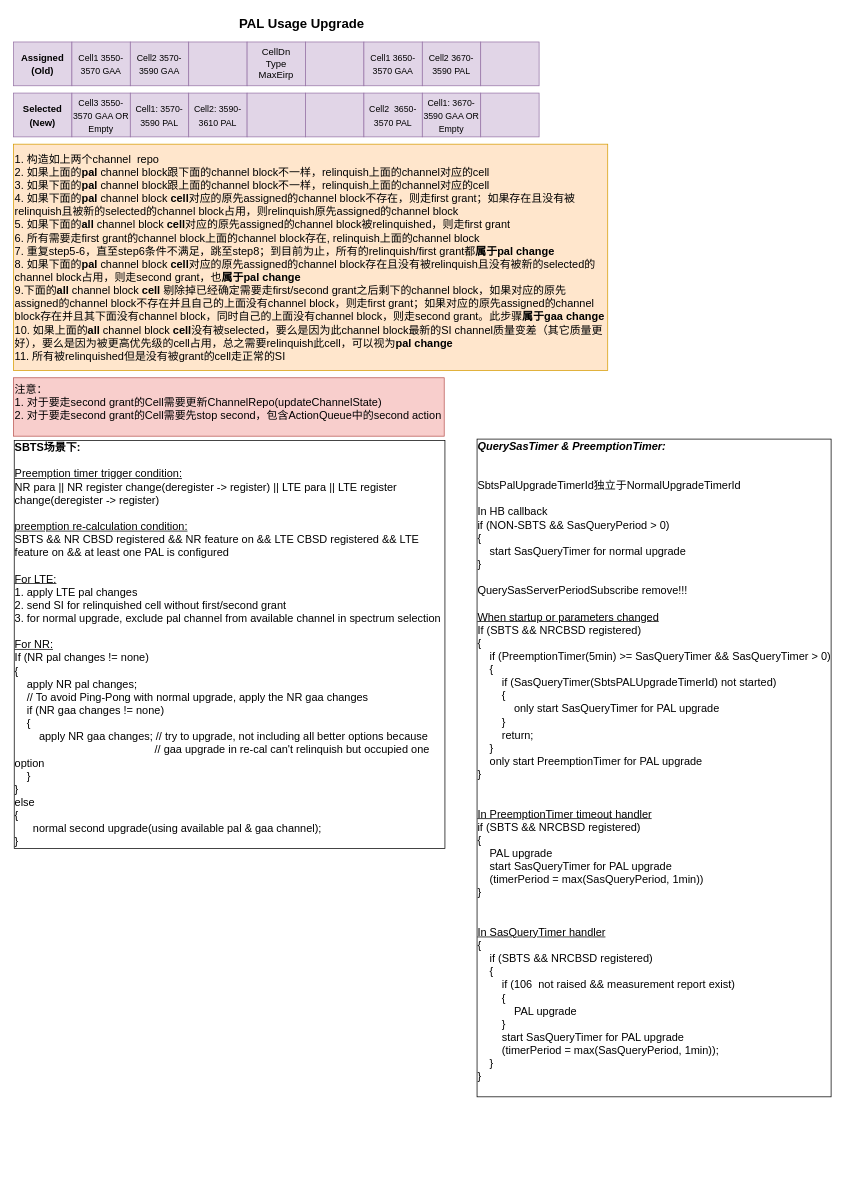
xdlhzdh/drawio keeps this draw.io diagram as Pal_Change_Algorithm.drawio. Above is the earlier version. Source tidied: cells renumbered, new cells numbered last; positions are measured from the earlier drawing's top-left corner, leaving out a move shared by most shapes. Both pictures are drawn from the tidied source at 73%, with x=0, y=0 at pixel (12, 12).
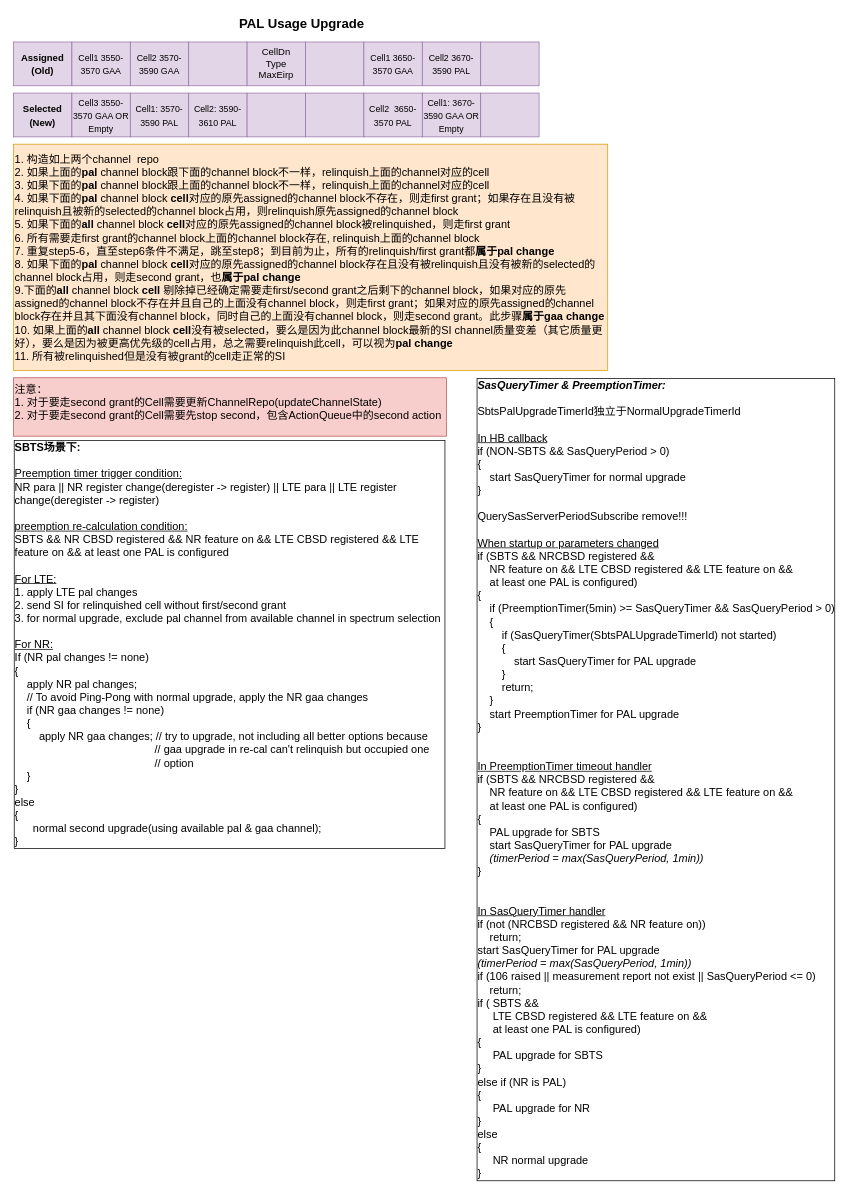
The same page after the edit.

The edit, as a diff of the source:
```diff
@@
     <mxCell id="22" value="&lt;font style=&quot;font-size: 15px&quot;&gt;注意：&lt;br&gt;1. 对于要走second grant的Cell需要更新ChannelRepo(updateChannelState)&lt;br&gt;2. 对于要走second grant的Cell需要先stop second，包含ActionQueue中的second action&lt;br&gt;&lt;/font&gt;" style="text;html=1;strokeColor=#b85450;fillColor=#f8cecc;align=left;verticalAlign=top;whiteSpace=wrap;rounded=0;fontSize=14;fontFamily=Helvetica;" parent="1" vertex="1">
-      <mxGeometry x="1" y="500" width="590" height="80" as="geometry" />
+      <mxGeometry x="1" y="500" width="593" height="80" as="geometry" />
     </mxCell>
-    <mxCell id="23" value="&lt;font style=&quot;font-size: 15px;&quot;&gt;&lt;font style=&quot;font-size: 15px;&quot;&gt;&lt;b style=&quot;&quot;&gt;SBTS场景下:&lt;br&gt;&lt;/b&gt;&lt;br&gt;&lt;u&gt;Preemption timer trigger condition:&lt;/u&gt;&lt;br&gt;NR para || NR register change(deregister -&amp;gt; register) || LTE para || LTE register change(deregister -&amp;gt; register)&lt;br&gt;&lt;br&gt;&lt;u&gt;preemption re-calculation condition:&lt;/u&gt;&lt;br&gt;SBTS &amp;amp;&amp;amp; NR CBSD registered &amp;amp;&amp;amp; NR feature on &amp;amp;&amp;amp; LTE CBSD registered &amp;amp;&amp;amp; LTE feature on &amp;amp;&amp;amp; at least one PAL is configured&lt;br style=&quot;&quot;&gt;&lt;br&gt;&lt;u style=&quot;&quot;&gt;For LTE:&lt;/u&gt;&lt;br style=&quot;&quot;&gt;1. apply LTE pal changes&lt;br style=&quot;&quot;&gt;2. send SI for relinquished cell without first/second grant&lt;br style=&quot;&quot;&gt;3. for normal upgrade, exclude pal channel from available channel in spectrum selection&amp;nbsp;&lt;br style=&quot;&quot;&gt;&lt;br style=&quot;&quot;&gt;&lt;u style=&quot;&quot;&gt;For NR:&lt;/u&gt;&lt;/font&gt;&lt;br style=&quot;&quot;&gt;If (NR pal changes != none)&lt;br style=&quot;&quot;&gt;{&lt;br style=&quot;&quot;&gt;&amp;nbsp; &amp;nbsp; apply NR pal changes;&lt;br&gt;&amp;nbsp; &amp;nbsp; // To avoid Ping-Pong with normal upgrade, apply the&amp;nbsp;NR gaa changes&lt;br style=&quot;&quot;&gt;&amp;nbsp; &amp;nbsp; if (NR gaa changes != none)&lt;br style=&quot;&quot;&gt;&amp;nbsp; &amp;nbsp; {&lt;br style=&quot;&quot;&gt;&amp;nbsp; &amp;nbsp; &amp;nbsp; &amp;nbsp; apply NR gaa changes; // try to upgrade, not including all better options because&amp;nbsp;&lt;br&gt;&amp;nbsp; &amp;nbsp; &amp;nbsp; &amp;nbsp; &amp;nbsp; &amp;nbsp; &amp;nbsp; &amp;nbsp; &amp;nbsp; &amp;nbsp; &amp;nbsp; &amp;nbsp; &amp;nbsp; &amp;nbsp; &amp;nbsp; &amp;nbsp; &amp;nbsp; &amp;nbsp; &amp;nbsp; &amp;nbsp; &amp;nbsp; &amp;nbsp; &amp;nbsp; // gaa upgrade in re-cal can't relinquish but occupied one option&lt;br style=&quot;&quot;&gt;&amp;nbsp; &amp;nbsp; }&lt;br style=&quot;&quot;&gt;}&lt;br style=&quot;&quot;&gt;else&lt;br style=&quot;&quot;&gt;{&lt;br style=&quot;&quot;&gt;&amp;nbsp; &amp;nbsp; &amp;nbsp; normal second upgrade(using available pal &amp;amp; gaa channel);&lt;br style=&quot;&quot;&gt;}&lt;/font&gt;" style="text;html=1;strokeColor=none;fillColor=none;align=left;verticalAlign=top;whiteSpace=wrap;rounded=0;fontSize=14;fontFamily=Helvetica;labelBorderColor=default;labelBackgroundColor=none;sketch=0;shadow=0;glass=0;" parent="1" vertex="1">
+    <mxCell id="23" value="&lt;font style=&quot;font-size: 15px;&quot;&gt;&lt;font style=&quot;font-size: 15px;&quot;&gt;&lt;b style=&quot;&quot;&gt;SBTS场景下:&lt;br&gt;&lt;/b&gt;&lt;br&gt;&lt;u&gt;Preemption timer trigger condition:&lt;/u&gt;&lt;br&gt;NR para || NR register change(deregister -&amp;gt; register) || LTE para || LTE register change(deregister -&amp;gt; register)&lt;br&gt;&lt;br&gt;&lt;u&gt;preemption re-calculation condition:&lt;/u&gt;&lt;br&gt;SBTS &amp;amp;&amp;amp; NR CBSD registered &amp;amp;&amp;amp; NR feature on &amp;amp;&amp;amp; LTE CBSD registered &amp;amp;&amp;amp; LTE feature on &amp;amp;&amp;amp; at least one PAL is configured&lt;br style=&quot;&quot;&gt;&lt;br&gt;&lt;u style=&quot;&quot;&gt;For LTE:&lt;/u&gt;&lt;br style=&quot;&quot;&gt;1. apply LTE pal changes&lt;br style=&quot;&quot;&gt;2. send SI for relinquished cell without first/second grant&lt;br style=&quot;&quot;&gt;3. for normal upgrade, exclude pal channel from available channel in spectrum selection&amp;nbsp;&lt;br style=&quot;&quot;&gt;&lt;br style=&quot;&quot;&gt;&lt;u style=&quot;&quot;&gt;For NR:&lt;/u&gt;&lt;/font&gt;&lt;br style=&quot;&quot;&gt;If (NR pal changes != none)&lt;br style=&quot;&quot;&gt;{&lt;br style=&quot;&quot;&gt;&amp;nbsp; &amp;nbsp; apply NR pal changes;&lt;br&gt;&amp;nbsp; &amp;nbsp; // To avoid Ping-Pong with normal upgrade, apply the&amp;nbsp;NR gaa changes&lt;br style=&quot;&quot;&gt;&amp;nbsp; &amp;nbsp; if (NR gaa changes != none)&lt;br style=&quot;&quot;&gt;&amp;nbsp; &amp;nbsp; {&lt;br style=&quot;&quot;&gt;&amp;nbsp; &amp;nbsp; &amp;nbsp; &amp;nbsp; apply NR gaa changes; // try to upgrade, not including all better options because&amp;nbsp;&lt;br&gt;&amp;nbsp; &amp;nbsp; &amp;nbsp; &amp;nbsp; &amp;nbsp; &amp;nbsp; &amp;nbsp; &amp;nbsp; &amp;nbsp; &amp;nbsp; &amp;nbsp; &amp;nbsp; &amp;nbsp; &amp;nbsp; &amp;nbsp; &amp;nbsp; &amp;nbsp; &amp;nbsp; &amp;nbsp; &amp;nbsp; &amp;nbsp; &amp;nbsp; &amp;nbsp; // gaa upgrade in re-cal can't relinquish but occupied one&amp;nbsp; &amp;nbsp; &amp;nbsp; &amp;nbsp; &amp;nbsp; &amp;nbsp; &amp;nbsp; &amp;nbsp; &amp;nbsp; &amp;nbsp; &amp;nbsp; &amp;nbsp; &amp;nbsp; &amp;nbsp; &amp;nbsp; &amp;nbsp; &amp;nbsp; &amp;nbsp; &amp;nbsp; &amp;nbsp; &amp;nbsp; &amp;nbsp; &amp;nbsp; &amp;nbsp; &amp;nbsp; &amp;nbsp; // option&lt;br style=&quot;&quot;&gt;&amp;nbsp; &amp;nbsp; }&lt;br style=&quot;&quot;&gt;}&lt;br style=&quot;&quot;&gt;else&lt;br style=&quot;&quot;&gt;{&lt;br style=&quot;&quot;&gt;&amp;nbsp; &amp;nbsp; &amp;nbsp; normal second upgrade(using available pal &amp;amp; gaa channel);&lt;br style=&quot;&quot;&gt;}&lt;/font&gt;" style="text;html=1;strokeColor=none;fillColor=none;align=left;verticalAlign=top;whiteSpace=wrap;rounded=0;fontSize=14;fontFamily=Helvetica;labelBorderColor=default;labelBackgroundColor=none;sketch=0;shadow=0;glass=0;" parent="1" vertex="1">
       <mxGeometry x="-0.5" y="579" width="593" height="580" as="geometry" />
     </mxCell>
-    <mxCell id="24" value="&lt;div style=&quot;font-size: 15px;&quot;&gt;&lt;font style=&quot;font-size: 15px;&quot;&gt;&lt;i&gt;&lt;b&gt;QuerySasTimer &amp;amp; PreemptionTimer:&lt;/b&gt;&lt;/i&gt;&lt;/font&gt;&lt;/div&gt;&lt;div style=&quot;font-size: 15px;&quot;&gt;&lt;font style=&quot;font-size: 15px;&quot;&gt;&lt;br&gt;&lt;/font&gt;&lt;/div&gt;&lt;div style=&quot;font-size: 15px;&quot;&gt;&lt;font style=&quot;font-size: 15px;&quot;&gt;&lt;br&gt;&lt;/font&gt;&lt;/div&gt;&lt;div style=&quot;font-size: 15px;&quot;&gt;&lt;font style=&quot;font-size: 15px;&quot;&gt;SbtsPalUpgradeTimerId独立于NormalUpgradeTimerId&lt;/font&gt;&lt;/div&gt;&lt;div style=&quot;font-size: 15px;&quot;&gt;&lt;font style=&quot;font-size: 15px;&quot;&gt;&lt;br&gt;&lt;/font&gt;&lt;/div&gt;&lt;div style=&quot;font-size: 15px;&quot;&gt;&lt;font style=&quot;font-size: 15px;&quot;&gt;In HB callback&lt;/font&gt;&lt;/div&gt;&lt;div style=&quot;font-size: 15px;&quot;&gt;&lt;font style=&quot;font-size: 15px;&quot;&gt;if (NON-SBTS &amp;amp;&amp;amp; SasQueryPeriod &amp;gt; 0)&lt;/font&gt;&lt;/div&gt;&lt;div style=&quot;font-size: 15px;&quot;&gt;&lt;font style=&quot;font-size: 15px;&quot;&gt;{&lt;/font&gt;&lt;/div&gt;&lt;div style=&quot;font-size: 15px;&quot;&gt;&lt;font style=&quot;font-size: 15px;&quot;&gt;&amp;nbsp; &amp;nbsp; start SasQueryTimer for normal upgrade&lt;/font&gt;&lt;/div&gt;&lt;div style=&quot;font-size: 15px;&quot;&gt;&lt;font style=&quot;font-size: 15px;&quot;&gt;}&lt;/font&gt;&lt;/div&gt;&lt;div style=&quot;font-size: 15px;&quot;&gt;&lt;font style=&quot;font-size: 15px;&quot;&gt;&lt;br&gt;&lt;/font&gt;&lt;/div&gt;&lt;div style=&quot;font-size: 15px;&quot;&gt;&lt;font style=&quot;font-size: 15px;&quot;&gt;QuerySasServerPeriodSubscribe remove!!!&lt;/font&gt;&lt;/div&gt;&lt;div style=&quot;font-size: 15px;&quot;&gt;&lt;font style=&quot;font-size: 15px;&quot;&gt;&lt;br&gt;&lt;/font&gt;&lt;/div&gt;&lt;div style=&quot;font-size: 15px;&quot;&gt;&lt;font style=&quot;font-size: 15px;&quot;&gt;&lt;u&gt;When startup or parameters changed&lt;/u&gt;&lt;/font&gt;&lt;/div&gt;&lt;div style=&quot;font-size: 15px;&quot;&gt;&lt;font style=&quot;font-size: 15px;&quot;&gt;If (SBTS &amp;amp;&amp;amp; NRCBSD registered)&lt;/font&gt;&lt;/div&gt;&lt;div style=&quot;font-size: 15px;&quot;&gt;&lt;font style=&quot;font-size: 15px;&quot;&gt;{&lt;/font&gt;&lt;/div&gt;&lt;div style=&quot;font-size: 15px;&quot;&gt;&lt;font style=&quot;font-size: 15px;&quot;&gt;&amp;nbsp; &amp;nbsp; if (PreemptionTimer(5min) &amp;gt;= SasQueryTimer &amp;amp;&amp;amp; SasQueryTimer &amp;gt; 0)&lt;/font&gt;&lt;/div&gt;&lt;div style=&quot;font-size: 15px;&quot;&gt;&lt;font style=&quot;font-size: 15px;&quot;&gt;&amp;nbsp; &amp;nbsp; {&lt;/font&gt;&lt;/div&gt;&lt;div style=&quot;font-size: 15px;&quot;&gt;&lt;font style=&quot;font-size: 15px;&quot;&gt;&amp;nbsp; &amp;nbsp; &amp;nbsp; &amp;nbsp; if (SasQueryTimer(SbtsPALUpgradeTimerId) not started)&lt;/font&gt;&lt;/div&gt;&lt;div style=&quot;font-size: 15px;&quot;&gt;&lt;font style=&quot;font-size: 15px;&quot;&gt;&amp;nbsp; &amp;nbsp; &amp;nbsp; &amp;nbsp; {&lt;/font&gt;&lt;/div&gt;&lt;div style=&quot;font-size: 15px;&quot;&gt;&lt;font style=&quot;font-size: 15px;&quot;&gt;&amp;nbsp; &amp;nbsp; &amp;nbsp; &amp;nbsp; &amp;nbsp; &amp;nbsp; only start SasQueryTimer for PAL upgrade&lt;/font&gt;&lt;/div&gt;&lt;div style=&quot;font-size: 15px;&quot;&gt;&lt;font style=&quot;font-size: 15px;&quot;&gt;&amp;nbsp; &amp;nbsp; &amp;nbsp; &amp;nbsp; }&lt;/font&gt;&lt;/div&gt;&lt;div style=&quot;font-size: 15px;&quot;&gt;&lt;font style=&quot;font-size: 15px;&quot;&gt;&amp;nbsp; &amp;nbsp; &amp;nbsp; &amp;nbsp; return;&lt;/font&gt;&lt;/div&gt;&lt;div style=&quot;font-size: 15px;&quot;&gt;&lt;font style=&quot;font-size: 15px;&quot;&gt;&amp;nbsp; &amp;nbsp; }&lt;/font&gt;&lt;/div&gt;&lt;div style=&quot;font-size: 15px;&quot;&gt;&lt;font style=&quot;font-size: 15px;&quot;&gt;&amp;nbsp; &amp;nbsp; only start PreemptionTimer for PAL upgrade&lt;/font&gt;&lt;/div&gt;&lt;div style=&quot;font-size: 15px;&quot;&gt;&lt;font style=&quot;font-size: 15px;&quot;&gt;}&lt;/font&gt;&lt;/div&gt;&lt;div style=&quot;font-size: 15px;&quot;&gt;&lt;font style=&quot;font-size: 15px;&quot;&gt;&lt;br&gt;&lt;/font&gt;&lt;/div&gt;&lt;div style=&quot;font-size: 15px;&quot;&gt;&lt;font style=&quot;font-size: 15px;&quot;&gt;&lt;br&gt;&lt;/font&gt;&lt;/div&gt;&lt;div style=&quot;font-size: 15px;&quot;&gt;&lt;font style=&quot;font-size: 15px;&quot;&gt;&lt;u&gt;In PreemptionTimer timeout handler&lt;/u&gt;&lt;/font&gt;&lt;/div&gt;&lt;div style=&quot;font-size: 15px;&quot;&gt;&lt;font style=&quot;font-size: 15px;&quot;&gt;if (SBTS &amp;amp;&amp;amp; NRCBSD registered)&lt;/font&gt;&lt;/div&gt;&lt;div style=&quot;font-size: 15px;&quot;&gt;&lt;font style=&quot;font-size: 15px;&quot;&gt;{&lt;/font&gt;&lt;/div&gt;&lt;div style=&quot;font-size: 15px;&quot;&gt;&lt;font style=&quot;font-size: 15px;&quot;&gt;&amp;nbsp; &amp;nbsp; PAL upgrade&lt;/font&gt;&lt;/div&gt;&lt;div style=&quot;font-size: 15px;&quot;&gt;&lt;font style=&quot;font-size: 15px;&quot;&gt;&amp;nbsp; &amp;nbsp; start SasQueryTimer for PAL upgrade&amp;nbsp;&lt;/font&gt;&lt;/div&gt;&lt;div style=&quot;font-size: 15px;&quot;&gt;&lt;font style=&quot;font-size: 15px;&quot;&gt;&amp;nbsp; &amp;nbsp; (timerPeriod = max(SasQueryPeriod, 1min))&lt;/font&gt;&lt;/div&gt;&lt;div style=&quot;font-size: 15px;&quot;&gt;&lt;font style=&quot;font-size: 15px;&quot;&gt;}&lt;/font&gt;&lt;/div&gt;&lt;div style=&quot;font-size: 15px;&quot;&gt;&lt;font style=&quot;font-size: 15px;&quot;&gt;&lt;br&gt;&lt;/font&gt;&lt;/div&gt;&lt;div style=&quot;font-size: 15px;&quot;&gt;&lt;font style=&quot;font-size: 15px;&quot;&gt;&lt;br&gt;&lt;/font&gt;&lt;/div&gt;&lt;div style=&quot;font-size: 15px;&quot;&gt;&lt;font style=&quot;font-size: 15px;&quot;&gt;&lt;u&gt;In SasQueryTimer handler&lt;/u&gt;&lt;/font&gt;&lt;/div&gt;&lt;div style=&quot;font-size: 15px;&quot;&gt;&lt;font style=&quot;font-size: 15px;&quot;&gt;{&lt;/font&gt;&lt;/div&gt;&lt;div style=&quot;font-size: 15px;&quot;&gt;&lt;font style=&quot;font-size: 15px;&quot;&gt;&amp;nbsp; &amp;nbsp; if (SBTS &amp;amp;&amp;amp; NRCBSD registered)&lt;/font&gt;&lt;/div&gt;&lt;div style=&quot;font-size: 15px;&quot;&gt;&lt;font style=&quot;font-size: 15px;&quot;&gt;&amp;nbsp; &amp;nbsp; {&lt;/font&gt;&lt;/div&gt;&lt;div style=&quot;font-size: 15px;&quot;&gt;&lt;font style=&quot;font-size: 15px;&quot;&gt;&amp;nbsp; &amp;nbsp; &amp;nbsp; &amp;nbsp; if (106&amp;nbsp; not raised &amp;amp;&amp;amp; measurement report exist)&lt;/font&gt;&lt;/div&gt;&lt;div style=&quot;font-size: 15px;&quot;&gt;&lt;font style=&quot;font-size: 15px;&quot;&gt;&amp;nbsp; &amp;nbsp; &amp;nbsp; &amp;nbsp; {&lt;/font&gt;&lt;/div&gt;&lt;div style=&quot;font-size: 15px;&quot;&gt;&lt;font style=&quot;font-size: 15px;&quot;&gt;&amp;nbsp; &amp;nbsp; &amp;nbsp; &amp;nbsp; &amp;nbsp; &amp;nbsp; PAL upgrade&lt;/font&gt;&lt;/div&gt;&lt;div style=&quot;font-size: 15px;&quot;&gt;&lt;font style=&quot;font-size: 15px;&quot;&gt;&amp;nbsp; &amp;nbsp; &amp;nbsp; &amp;nbsp; }&lt;/font&gt;&lt;/div&gt;&lt;div style=&quot;font-size: 15px;&quot;&gt;&lt;font style=&quot;font-size: 15px;&quot;&gt;&amp;nbsp; &amp;nbsp; &amp;nbsp; &amp;nbsp; start SasQueryTimer for PAL upgrade&lt;/font&gt;&lt;/div&gt;&lt;div style=&quot;font-size: 15px;&quot;&gt;&lt;font style=&quot;font-size: 15px;&quot;&gt;&amp;nbsp; &amp;nbsp; &amp;nbsp; &amp;nbsp; (timerPeriod = max(SasQueryPeriod, 1min));&lt;/font&gt;&lt;/div&gt;&lt;div style=&quot;font-size: 15px;&quot;&gt;&lt;font style=&quot;font-size: 15px;&quot;&gt;&amp;nbsp; &amp;nbsp; }&lt;/font&gt;&lt;/div&gt;&lt;div style=&quot;font-size: 15px;&quot;&gt;&lt;font style=&quot;font-size: 15px;&quot;&gt;}&lt;/font&gt;&lt;/div&gt;&lt;div style=&quot;font-size: 15px;&quot;&gt;&lt;br&gt;&lt;/div&gt;" style="text;html=1;strokeColor=none;fillColor=none;align=left;verticalAlign=middle;whiteSpace=wrap;rounded=0;sketch=0;shadow=0;labelBorderColor=default;" parent="1" vertex="1">
-      <mxGeometry x="634" y="579" width="490" height="910" as="geometry" />
+    <mxCell id="24" value="&lt;div style=&quot;font-size: 15px;&quot;&gt;&lt;font style=&quot;font-size: 15px;&quot;&gt;&lt;i style=&quot;&quot;&gt;&lt;b style=&quot;&quot;&gt;SasQueryTimer &amp;amp; PreemptionTimer:&lt;/b&gt;&lt;/i&gt;&lt;/font&gt;&lt;/div&gt;&lt;div style=&quot;font-size: 15px;&quot;&gt;&lt;br&gt;&lt;/div&gt;&lt;div style=&quot;font-size: 15px;&quot;&gt;&lt;font style=&quot;font-size: 15px;&quot;&gt;SbtsPalUpgradeTimerId独立于NormalUpgradeTimerId&lt;/font&gt;&lt;/div&gt;&lt;div style=&quot;font-size: 15px;&quot;&gt;&lt;font style=&quot;font-size: 15px;&quot;&gt;&lt;br&gt;&lt;/font&gt;&lt;/div&gt;&lt;div style=&quot;font-size: 15px;&quot;&gt;&lt;font style=&quot;font-size: 15px;&quot;&gt;&lt;u&gt;In HB callback&lt;/u&gt;&lt;/font&gt;&lt;/div&gt;&lt;div style=&quot;font-size: 15px;&quot;&gt;&lt;font style=&quot;font-size: 15px;&quot;&gt;if (NON-SBTS &amp;amp;&amp;amp; SasQueryPeriod &amp;gt; 0)&lt;/font&gt;&lt;/div&gt;&lt;div style=&quot;font-size: 15px;&quot;&gt;&lt;font style=&quot;font-size: 15px;&quot;&gt;{&lt;/font&gt;&lt;/div&gt;&lt;div style=&quot;font-size: 15px;&quot;&gt;&lt;font style=&quot;font-size: 15px;&quot;&gt;&amp;nbsp; &amp;nbsp; start SasQueryTimer for normal upgrade&lt;/font&gt;&lt;/div&gt;&lt;div style=&quot;font-size: 15px;&quot;&gt;&lt;font style=&quot;font-size: 15px;&quot;&gt;}&lt;/font&gt;&lt;/div&gt;&lt;div style=&quot;font-size: 15px;&quot;&gt;&lt;font style=&quot;font-size: 15px;&quot;&gt;&lt;br&gt;&lt;/font&gt;&lt;/div&gt;&lt;div style=&quot;font-size: 15px;&quot;&gt;&lt;font style=&quot;font-size: 15px;&quot;&gt;QuerySasServerPeriodSubscribe remove!!!&lt;/font&gt;&lt;/div&gt;&lt;div style=&quot;font-size: 15px;&quot;&gt;&lt;font style=&quot;font-size: 15px;&quot;&gt;&lt;br&gt;&lt;/font&gt;&lt;/div&gt;&lt;div style=&quot;font-size: 15px;&quot;&gt;&lt;font style=&quot;font-size: 15px;&quot;&gt;&lt;u&gt;When startup or parameters changed&lt;/u&gt;&lt;/font&gt;&lt;/div&gt;&lt;div style=&quot;font-size: 15px;&quot;&gt;&lt;div&gt;&lt;font style=&quot;font-size: 15px;&quot;&gt;if (SBTS &amp;amp;&amp;amp; NRCBSD registered &amp;amp;&amp;amp;&lt;/font&gt;&lt;/div&gt;&lt;font style=&quot;font-size: 15px;&quot;&gt;&amp;nbsp; &amp;nbsp; NR feature on &amp;amp;&amp;amp; LTE CBSD registered &amp;amp;&amp;amp; LTE feature on &amp;amp;&amp;amp;&lt;br&gt;&amp;nbsp; &amp;nbsp; at least one PAL is configured&lt;span style=&quot;background-color: initial;&quot;&gt;)&lt;/span&gt;&lt;br&gt;&lt;/font&gt;&lt;/div&gt;&lt;div style=&quot;font-size: 15px;&quot;&gt;&lt;font style=&quot;font-size: 15px;&quot;&gt;{&lt;/font&gt;&lt;/div&gt;&lt;div style=&quot;font-size: 15px;&quot;&gt;&lt;font style=&quot;font-size: 15px;&quot;&gt;&amp;nbsp; &amp;nbsp; if (PreemptionTimer(5min) &amp;gt;= SasQueryTimer &amp;amp;&amp;amp; SasQueryPeriod&amp;nbsp;&amp;gt; 0)&lt;/font&gt;&lt;/div&gt;&lt;div style=&quot;font-size: 15px;&quot;&gt;&lt;font style=&quot;font-size: 15px;&quot;&gt;&amp;nbsp; &amp;nbsp; {&lt;/font&gt;&lt;/div&gt;&lt;div style=&quot;font-size: 15px;&quot;&gt;&lt;font style=&quot;font-size: 15px;&quot;&gt;&amp;nbsp; &amp;nbsp; &amp;nbsp; &amp;nbsp; if (SasQueryTimer(SbtsPALUpgradeTimerId) not started)&lt;/font&gt;&lt;/div&gt;&lt;div style=&quot;font-size: 15px;&quot;&gt;&lt;font style=&quot;font-size: 15px;&quot;&gt;&amp;nbsp; &amp;nbsp; &amp;nbsp; &amp;nbsp; {&lt;/font&gt;&lt;/div&gt;&lt;div style=&quot;font-size: 15px;&quot;&gt;&lt;font style=&quot;font-size: 15px;&quot;&gt;&amp;nbsp; &amp;nbsp; &amp;nbsp; &amp;nbsp; &amp;nbsp; &amp;nbsp; start SasQueryTimer for PAL upgrade&lt;/font&gt;&lt;/div&gt;&lt;div style=&quot;font-size: 15px;&quot;&gt;&lt;font style=&quot;font-size: 15px;&quot;&gt;&amp;nbsp; &amp;nbsp; &amp;nbsp; &amp;nbsp; }&lt;/font&gt;&lt;/div&gt;&lt;div style=&quot;font-size: 15px;&quot;&gt;&lt;font style=&quot;font-size: 15px;&quot;&gt;&amp;nbsp; &amp;nbsp; &amp;nbsp; &amp;nbsp; return;&lt;/font&gt;&lt;/div&gt;&lt;div style=&quot;font-size: 15px;&quot;&gt;&lt;font style=&quot;font-size: 15px;&quot;&gt;&amp;nbsp; &amp;nbsp; }&lt;/font&gt;&lt;/div&gt;&lt;div style=&quot;font-size: 15px;&quot;&gt;&lt;font style=&quot;font-size: 15px;&quot;&gt;&amp;nbsp; &amp;nbsp; start PreemptionTimer for PAL upgrade&lt;/font&gt;&lt;/div&gt;&lt;div style=&quot;font-size: 15px;&quot;&gt;&lt;font style=&quot;font-size: 15px;&quot;&gt;}&lt;/font&gt;&lt;/div&gt;&lt;div style=&quot;font-size: 15px;&quot;&gt;&lt;font style=&quot;font-size: 15px;&quot;&gt;&lt;br&gt;&lt;/font&gt;&lt;/div&gt;&lt;div style=&quot;font-size: 15px;&quot;&gt;&lt;font style=&quot;font-size: 15px;&quot;&gt;&lt;br&gt;&lt;/font&gt;&lt;/div&gt;&lt;div style=&quot;font-size: 15px;&quot;&gt;&lt;font style=&quot;font-size: 15px;&quot;&gt;&lt;u&gt;In PreemptionTimer timeout handler&lt;/u&gt;&lt;/font&gt;&lt;/div&gt;&lt;div style=&quot;font-size: 15px;&quot;&gt;&lt;font style=&quot;font-size: 15px;&quot;&gt;if (SBTS &amp;amp;&amp;amp; NRCBSD registered &amp;amp;&amp;amp;&lt;/font&gt;&lt;/div&gt;&lt;font style=&quot;font-size: 15px;&quot;&gt;&amp;nbsp; &amp;nbsp; NR feature on &amp;amp;&amp;amp; LTE CBSD registered &amp;amp;&amp;amp; LTE feature on &amp;amp;&amp;amp;&lt;br&gt;&amp;nbsp; &amp;nbsp; at least one PAL is configured&lt;span style=&quot;background-color: initial;&quot;&gt;)&lt;/span&gt;&lt;br&gt;&lt;/font&gt;&lt;div style=&quot;font-size: 15px;&quot;&gt;&lt;font style=&quot;font-size: 15px;&quot;&gt;{&lt;/font&gt;&lt;/div&gt;&lt;div style=&quot;font-size: 15px;&quot;&gt;&lt;font style=&quot;font-size: 15px;&quot;&gt;&amp;nbsp; &amp;nbsp; PAL upgrade for SBTS&lt;/font&gt;&lt;/div&gt;&lt;div style=&quot;font-size: 15px;&quot;&gt;&lt;font style=&quot;font-size: 15px;&quot;&gt;&amp;nbsp; &amp;nbsp; start SasQueryTimer for PAL upgrade&amp;nbsp;&lt;/font&gt;&lt;/div&gt;&lt;div style=&quot;font-size: 15px;&quot;&gt;&lt;font style=&quot;font-size: 15px;&quot;&gt;&amp;nbsp; &amp;nbsp; &lt;i&gt;(timerPeriod = max(SasQueryPeriod, 1min))&lt;/i&gt;&lt;/font&gt;&lt;/div&gt;&lt;div style=&quot;font-size: 15px;&quot;&gt;&lt;font style=&quot;font-size: 15px;&quot;&gt;}&lt;/font&gt;&lt;/div&gt;&lt;div style=&quot;font-size: 15px;&quot;&gt;&lt;font style=&quot;font-size: 15px;&quot;&gt;&lt;br&gt;&lt;/font&gt;&lt;/div&gt;&lt;div style=&quot;font-size: 15px;&quot;&gt;&lt;font style=&quot;font-size: 15px;&quot;&gt;&lt;br&gt;&lt;/font&gt;&lt;/div&gt;&lt;div style=&quot;font-size: 15px;&quot;&gt;&lt;font style=&quot;font-size: 15px;&quot;&gt;&lt;u&gt;In SasQueryTimer handler&lt;/u&gt;&lt;/font&gt;&lt;/div&gt;&lt;div style=&quot;font-size: 15px;&quot;&gt;&lt;div&gt;&lt;font style=&quot;font-size: 15px;&quot;&gt;if (not (NRCBSD registered &amp;amp;&amp;amp; NR feature on))&lt;/font&gt;&lt;/div&gt;&lt;div&gt;&lt;font style=&quot;font-size: 15px;&quot;&gt;&amp;nbsp; &amp;nbsp; return;&lt;/font&gt;&lt;/div&gt;&lt;div&gt;&lt;font style=&quot;font-size: 15px;&quot;&gt;start SasQueryTimer for PAL upgrade&lt;/font&gt;&lt;/div&gt;&lt;div&gt;&lt;font style=&quot;font-size: 15px;&quot;&gt;&lt;i style=&quot;&quot;&gt;(timerPeriod = max(SasQueryPeriod, 1min))&lt;/i&gt;&lt;/font&gt;&lt;/div&gt;&lt;div&gt;&lt;font style=&quot;font-size: 15px;&quot;&gt;if (106 raised || measurement report not exist ||&amp;nbsp;&lt;/font&gt;&lt;span style=&quot;background-color: initial;&quot;&gt;SasQueryPeriod &amp;lt;= 0)&lt;/span&gt;&lt;/div&gt;&lt;div&gt;&lt;font style=&quot;font-size: 15px;&quot;&gt;&amp;nbsp; &amp;nbsp; return;&lt;/font&gt;&lt;/div&gt;&lt;div&gt;&lt;font style=&quot;font-size: 15px;&quot;&gt;if ( SBTS &amp;amp;&amp;amp;&lt;/font&gt;&lt;/div&gt;&lt;div&gt;&lt;font style=&quot;font-size: 15px;&quot;&gt;&amp;nbsp; &amp;nbsp; &amp;nbsp;LTE CBSD registered &amp;amp;&amp;amp; LTE feature on &amp;amp;&amp;amp;&lt;/font&gt;&lt;/div&gt;&lt;div&gt;&lt;font style=&quot;font-size: 15px;&quot;&gt;&amp;nbsp; &amp;nbsp; &amp;nbsp;at least one PAL is configured)&lt;/font&gt;&lt;/div&gt;&lt;div&gt;&lt;font style=&quot;font-size: 15px;&quot;&gt;{&lt;/font&gt;&lt;/div&gt;&lt;div&gt;&lt;font style=&quot;font-size: 15px;&quot;&gt;&amp;nbsp; &amp;nbsp; &amp;nbsp;PAL upgrade for SBTS&lt;/font&gt;&lt;/div&gt;&lt;div&gt;&lt;font style=&quot;font-size: 15px;&quot;&gt;}&lt;/font&gt;&lt;/div&gt;&lt;div&gt;&lt;font style=&quot;font-size: 15px;&quot;&gt;else if (NR is PAL)&lt;/font&gt;&lt;/div&gt;&lt;div&gt;&lt;font style=&quot;font-size: 15px;&quot;&gt;{&lt;/font&gt;&lt;/div&gt;&lt;div&gt;&lt;font style=&quot;font-size: 15px;&quot;&gt;&amp;nbsp; &amp;nbsp; &amp;nbsp;PAL upgrade for NR&lt;/font&gt;&lt;/div&gt;&lt;div&gt;&lt;font style=&quot;font-size: 15px;&quot;&gt;}&lt;/font&gt;&lt;/div&gt;&lt;div&gt;&lt;font style=&quot;font-size: 15px;&quot;&gt;else&lt;/font&gt;&lt;/div&gt;&lt;div&gt;&lt;font style=&quot;font-size: 15px;&quot;&gt;{&lt;/font&gt;&lt;/div&gt;&lt;div&gt;&lt;font style=&quot;font-size: 15px;&quot;&gt;&amp;nbsp; &amp;nbsp; &amp;nbsp;NR normal upgrade&lt;/font&gt;&lt;/div&gt;&lt;div&gt;&lt;font style=&quot;font-size: 15px;&quot;&gt;}&lt;/font&gt;&lt;/div&gt;&lt;/div&gt;" style="text;html=1;strokeColor=none;fillColor=none;align=left;verticalAlign=middle;whiteSpace=wrap;rounded=0;sketch=0;shadow=0;labelBorderColor=default;" parent="1" vertex="1">
+      <mxGeometry x="634" y="500" width="500" height="1100" as="geometry" />
     </mxCell>
```
